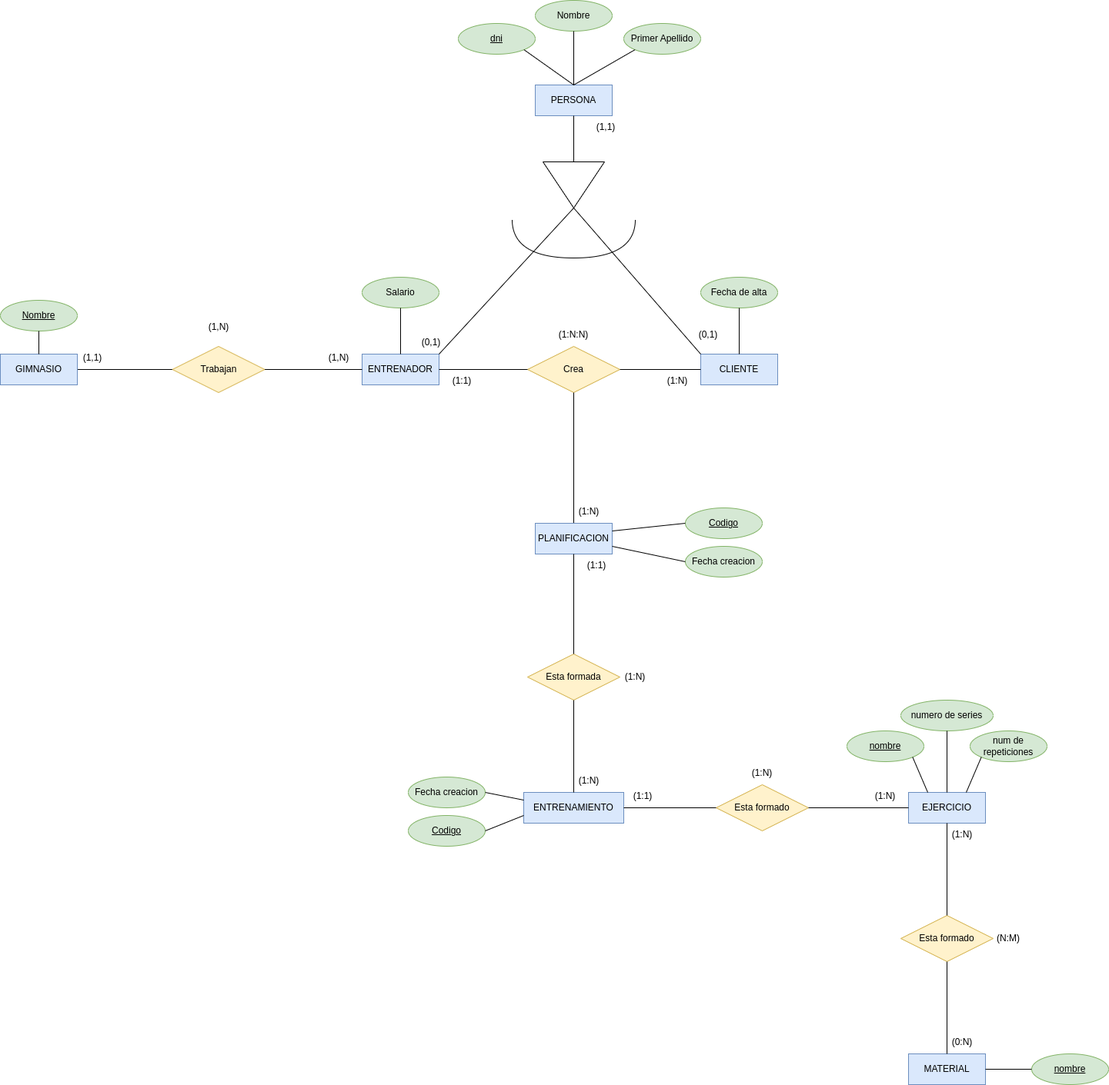
Before: BD-Actividad-5-7Entidad-Relacion.drawio.png, a diagram exported from draw.io (SamuelPiramide/BD-Actividad-5-7). Source tidied: cells renumbered, new cells last; positions are measured from the earlier drawing's top-left corner, leaving out a move shared by most shapes.
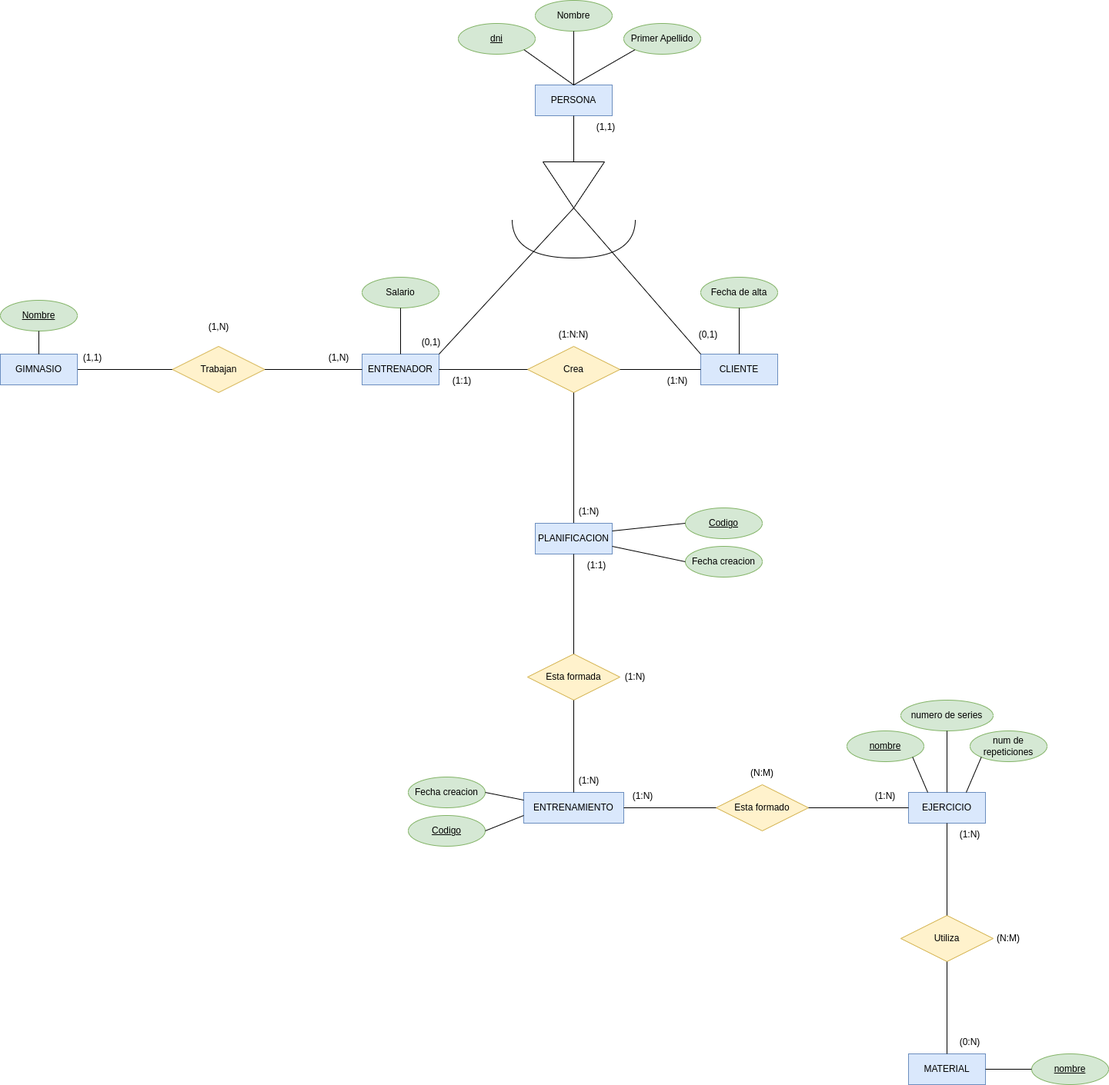
Later version of the same file.

Change to the diagram source:
```diff
@@ -168,13 +168,13 @@
     <mxCell id="55" style="endArrow=none;html=1;rounded=0;entryX=1;entryY=0.5;entryDx=0;entryDy=0;exitX=0;exitY=0.5;exitDx=0;exitDy=0;" parent="1" edge="1" source="51" target="50">
       <mxGeometry relative="1" as="geometry" />
     </mxCell>
-    <mxCell id="56" value="(1:1)" style="text;html=1;strokeColor=none;fillColor=none;align=center;verticalAlign=middle;whiteSpace=wrap;rounded=0;" parent="1" vertex="1">
+    <mxCell id="56" value="(1:N)" style="text;html=1;strokeColor=none;fillColor=none;align=center;verticalAlign=middle;whiteSpace=wrap;rounded=0;" parent="1" vertex="1">
       <mxGeometry x="805" y="1020" width="60" height="30" as="geometry" />
     </mxCell>
     <mxCell id="57" value="(1:N)" style="text;html=1;strokeColor=none;fillColor=none;align=center;verticalAlign=middle;whiteSpace=wrap;rounded=0;" parent="1" vertex="1">
       <mxGeometry x="1120" y="1020" width="60" height="30" as="geometry" />
     </mxCell>
-    <mxCell id="58" value="(1:N)" style="text;html=1;strokeColor=none;fillColor=none;align=center;verticalAlign=middle;whiteSpace=wrap;rounded=0;" parent="1" vertex="1">
+    <mxCell id="58" value="(N:M)" style="text;html=1;strokeColor=none;fillColor=none;align=center;verticalAlign=middle;whiteSpace=wrap;rounded=0;" parent="1" vertex="1">
       <mxGeometry x="960" y="990" width="60" height="30" as="geometry" />
     </mxCell>
     <mxCell id="59" value="nombre" style="ellipse;whiteSpace=wrap;html=1;align=center;fillColor=#d5e8d4;strokeColor=#82b366;fontStyle=4;" parent="1" vertex="1">
@@ -198,7 +198,7 @@
     <mxCell id="65" value="MATERIAL" style="whiteSpace=wrap;html=1;align=center;fillColor=#dae8fc;strokeColor=#6c8ebf;" parent="1" vertex="1">
       <mxGeometry x="1180" y="1370" width="100" height="40" as="geometry" />
     </mxCell>
-    <mxCell id="66" value="Esta formado" style="shape=rhombus;perimeter=rhombusPerimeter;whiteSpace=wrap;html=1;align=center;fillColor=#fff2cc;strokeColor=#d6b656;" parent="1" vertex="1">
+    <mxCell id="66" value="Utiliza" style="shape=rhombus;perimeter=rhombusPerimeter;whiteSpace=wrap;html=1;align=center;fillColor=#fff2cc;strokeColor=#d6b656;" parent="1" vertex="1">
       <mxGeometry x="1170" y="1190" width="120" height="60" as="geometry" />
     </mxCell>
     <mxCell id="67" style="endArrow=none;html=1;rounded=0;entryX=0.5;entryY=1;entryDx=0;entryDy=0;exitX=0.5;exitY=0;exitDx=0;exitDy=0;" parent="1" edge="1" source="66" target="51">
@@ -211,10 +211,10 @@
       <mxGeometry x="1280" y="1205" width="60" height="30" as="geometry" />
     </mxCell>
     <mxCell id="70" value="(0:N)" style="text;html=1;strokeColor=none;fillColor=none;align=center;verticalAlign=middle;whiteSpace=wrap;rounded=0;" parent="1" vertex="1">
-      <mxGeometry x="1220" y="1340" width="60" height="30" as="geometry" />
+      <mxGeometry x="1230" y="1340" width="60" height="30" as="geometry" />
     </mxCell>
     <mxCell id="71" value="(1:N)" style="text;html=1;strokeColor=none;fillColor=none;align=center;verticalAlign=middle;whiteSpace=wrap;rounded=0;" parent="1" vertex="1">
-      <mxGeometry x="1220" y="1070" width="60" height="30" as="geometry" />
+      <mxGeometry x="1230" y="1070" width="60" height="30" as="geometry" />
     </mxCell>
     <mxCell id="72" value="nombre" style="ellipse;whiteSpace=wrap;html=1;align=center;fillColor=#d5e8d4;strokeColor=#82b366;fontStyle=4;" parent="1" vertex="1">
       <mxGeometry x="1340" y="1370" width="100" height="40" as="geometry" />
```
